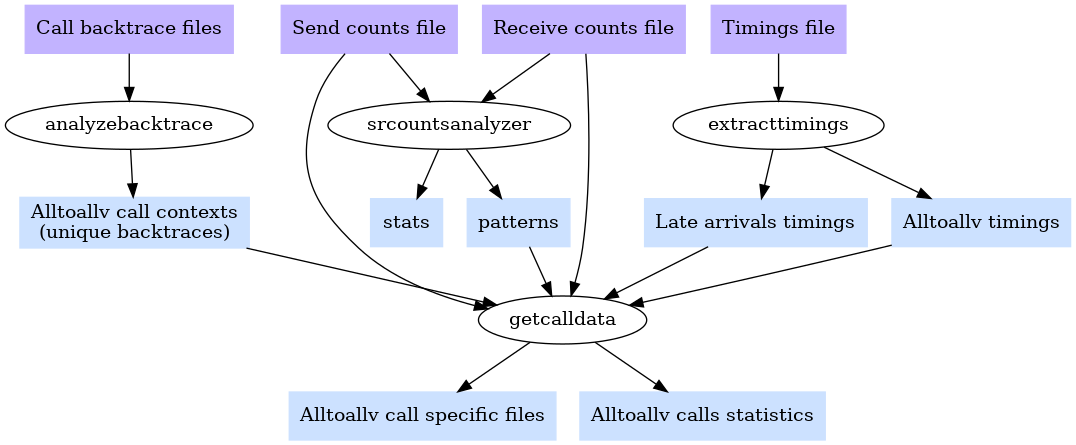
Above: doc/tool_dependencies.png in gvallee/collective_profiler (Graphviz), before the change. Its source is kept beside it as doc/tool_dependencies.dot.
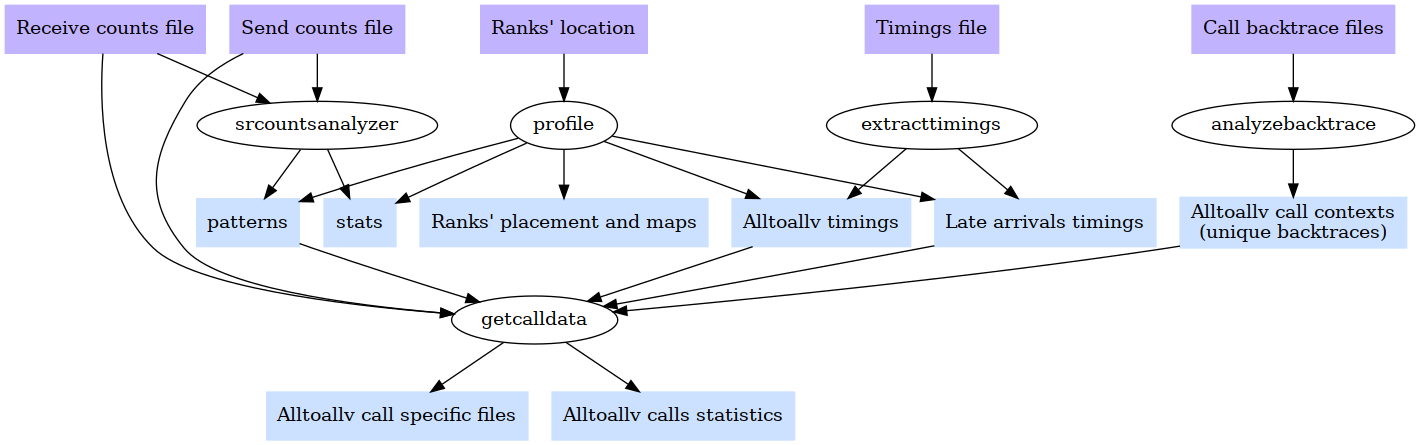
After the change.

Commit message:
Update the dependecy graph to include 'profile'

What changed in the source:
```diff
@@ -3,15 +3,23 @@
     send_counts_orig [label="Send counts file", shape=box, style=filled,color=".7 .3 1.0"];
     recv_counts_orig [label="Receive counts file", shape=box, style=filled,color=".7 .3 1.0"];
     timings_orig [label="Timings file", shape=box, style=filled,color=".7 .3 1.0"];
+    location_orig [label="Ranks' location", shape=box, style=filled,color=".7 .3 1.0"];
     backtraces_orig -> analyzebacktrace;
     alltoallv_call_contexts [label="Alltoallv call contexts\n(unique backtraces)", shape=box, style=filled,color=".6 .2 1.0"];
+    rank_placement [label="Ranks' placement and maps", shape=box, style=filled,color=".6 .2 1.0"];
     analyzebacktrace -> alltoallv_call_contexts;
     send_counts_orig -> srcountsanalyzer;
     recv_counts_orig -> srcountsanalyzer;
+    location_orig -> profile;
     patterns [shape=box, style=filled,color=".6 .2 1.0"];
     stats [shape=box, style=filled,color=".6 .2 1.0"];
     srcountsanalyzer -> patterns;
     srcountsanalyzer -> stats;
+    profile -> patterns;
+    profile -> stats;
+    profile -> rank_placement;
+    profile -> alltoallv_timings;
+    profile -> late_arrivals_timings;
     timings_orig -> extracttimings;
     alltoallv_timings [label="Alltoallv timings", shape=box, style=filled,color=".6 .2 1.0"];
     late_arrivals_timings [label="Late arrivals timings", shape=box, style=filled,color=".6 .2 1.0"];
```
